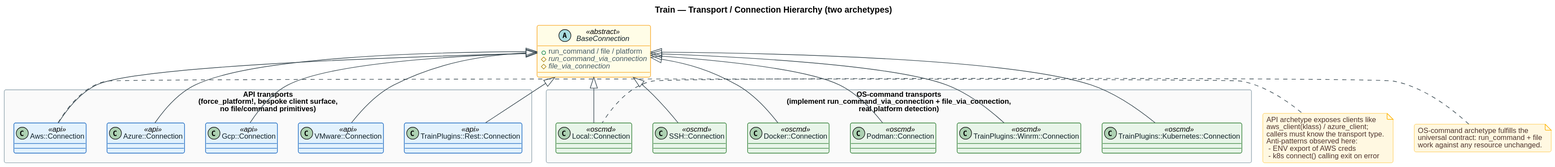
This is context/local/architecture/diagrams/03-transport-hierarchy.svg from inspec/train, a PlantUML export, as it was before one commit. Its source is kept beside it as context/local/architecture/diagrams/03-transport-hierarchy.puml. Its diagram source:
```plantuml
@startuml 03-transport-hierarchy
!include _style.puml
title Train — Transport / Connection Hierarchy (two archetypes)

abstract class "BaseConnection" as Base <<abstract>> {
  +run_command / file / platform
  #run_command_via_connection {abstract}
  #file_via_connection {abstract}
}

package "OS-command transports\n(implement run_command_via_connection + file_via_connection,\nreal platform detection)" <<Rectangle>> {
  class "Local::Connection" as Local <<oscmd>>
  class "SSH::Connection" as Ssh <<oscmd>>
  class "Docker::Connection" as Docker <<oscmd>>
  class "Podman::Connection" as Podman <<oscmd>>
  class "TrainPlugins::Winrm::Connection" as Winrm <<oscmd>>
  class "TrainPlugins::Kubernetes::Connection" as K8s <<oscmd>>
}

package "API transports\n(force_platform!, bespoke client surface,\nno file/command primitives)" <<Rectangle>> {
  class "Aws::Connection" as Aws <<api>>
  class "Azure::Connection" as Azure <<api>>
  class "Gcp::Connection" as Gcp <<api>>
  class "VMware::Connection" as Vmware <<api>>
  class "TrainPlugins::Rest::Connection" as Rest <<api>>
}

Base <|-- Local
Base <|-- Ssh
Base <|-- Docker
Base <|-- Podman
Base <|-- Winrm
Base <|-- K8s
Base <|-- Aws
Base <|-- Azure
Base <|-- Gcp
Base <|-- Vmware
Base <|-- Rest

note right of Aws
  API archetype exposes clients like
  aws_client(klass) / azure_client;
  callers must know the transport type.
  Anti-patterns observed here:
   - ENV export of AWS creds
   - k8s connect() calling exit on error
end note

note left of Local
  OS-command archetype fulfills the
  universal contract: run_command + file
  work against any resource unchanged.
end note

@enduml
```
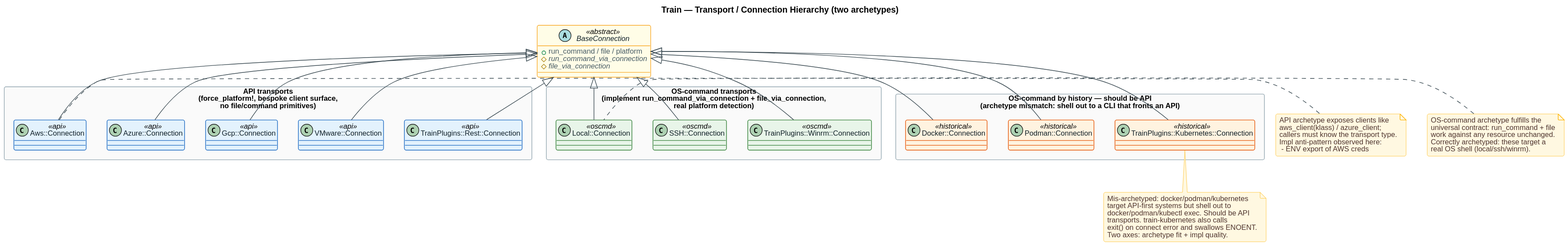
The same file after the commit.

Diff of the diagram source:
```diff
@@ -11,10 +11,13 @@
 package "OS-command transports\n(implement run_command_via_connection + file_via_connection,\nreal platform detection)" <<Rectangle>> {
   class "Local::Connection" as Local <<oscmd>>
   class "SSH::Connection" as Ssh <<oscmd>>
-  class "Docker::Connection" as Docker <<oscmd>>
-  class "Podman::Connection" as Podman <<oscmd>>
   class "TrainPlugins::Winrm::Connection" as Winrm <<oscmd>>
-  class "TrainPlugins::Kubernetes::Connection" as K8s <<oscmd>>
+}
+
+package "OS-command by history — should be API\n(archetype mismatch: shell out to a CLI that fronts an API)" <<Rectangle>> {
+  class "Docker::Connection" as Docker <<historical>>
+  class "Podman::Connection" as Podman <<historical>>
+  class "TrainPlugins::Kubernetes::Connection" as K8s <<historical>>
 }
 
 package "API transports\n(force_platform!, bespoke client surface,\nno file/command primitives)" <<Rectangle>> {
@@ -41,15 +44,25 @@
   API archetype exposes clients like
   aws_client(klass) / azure_client;
   callers must know the transport type.
-  Anti-patterns observed here:
+  Impl anti-pattern observed here:
    - ENV export of AWS creds
-   - k8s connect() calling exit on error
 end note
 
 note left of Local
   OS-command archetype fulfills the
   universal contract: run_command + file
   work against any resource unchanged.
+  Correctly archetyped: these target a
+  real OS shell (local/ssh/winrm).
+end note
+
+note bottom of K8s
+  Mis-archetyped: docker/podman/kubernetes
+  target API-first systems but shell out to
+  docker/podman/kubectl exec. Should be API
+  transports. train-kubernetes also calls
+  exit() on connect error and swallows ENOENT.
+  Two axes: archetype fit + impl quality.
 end note
 
 @enduml
```
